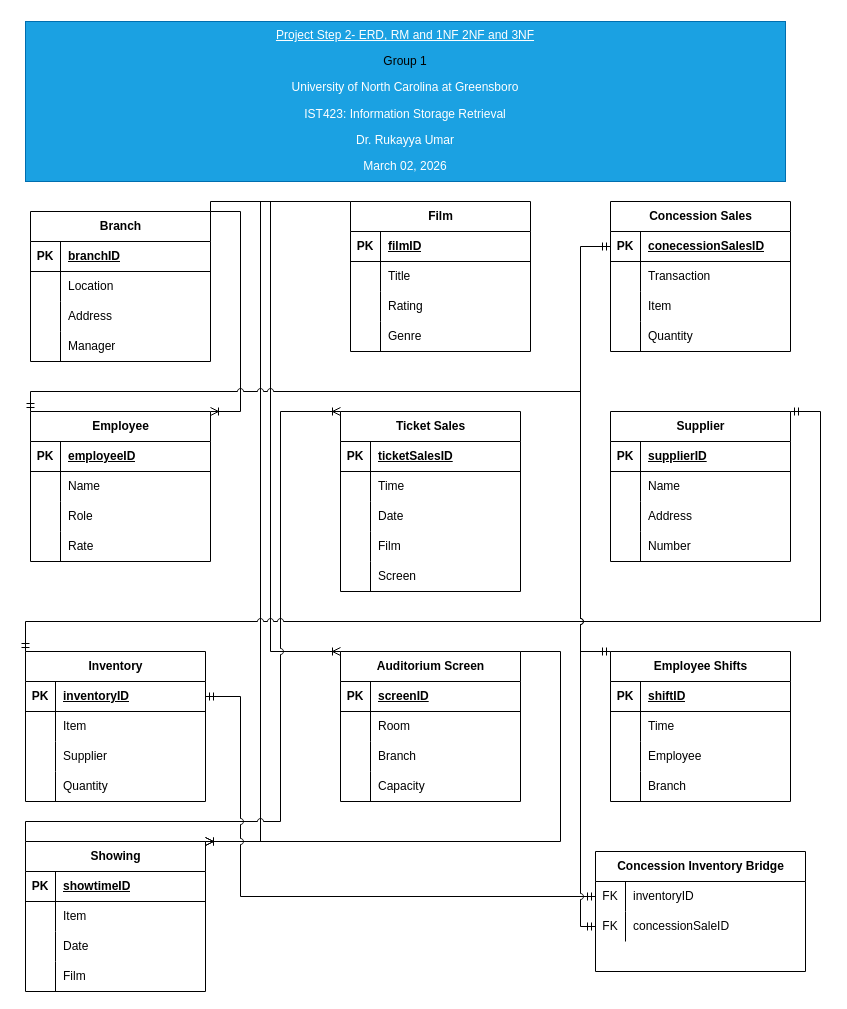
bmontessua/general keeps this draw.io diagram as page "RM" (2 of 2) of Group-Topic-Movie_Theater.drawio. Above is the earlier version. Source tidied: cells renumbered, new cells numbered last; positions are measured from the earlier drawing's top-left corner, leaving out a move shared by most shapes. Both pictures are drawn from the tidied source at 100%, with x=0, y=0 at pixel (25, 21).
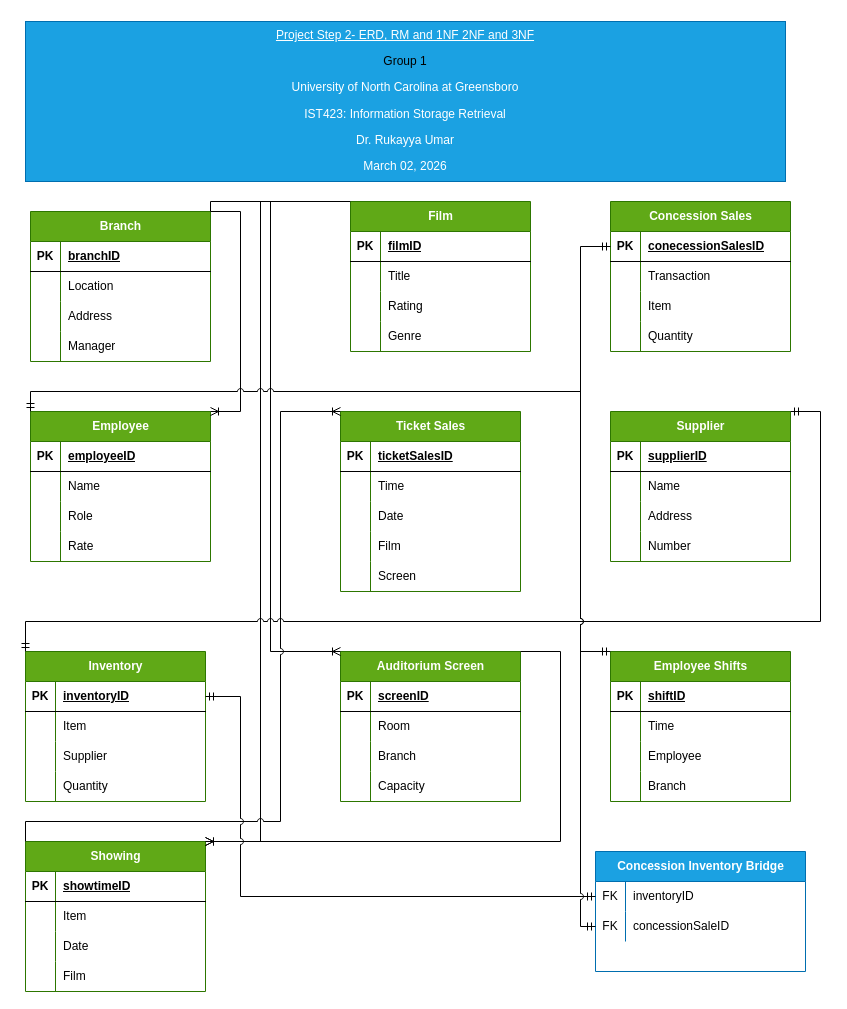
The same page after the edit.

The edit, as a diff of the source:
```diff
@@
-    <mxCell id="2" value="Branch" style="shape=table;startSize=30;childLayout=tableLayout;rowLines=0;fontStyle=1;align=center;html=1;" parent="1" vertex="1">
+    <mxCell id="2" value="Branch" style="shape=table;startSize=30;childLayout=tableLayout;rowLines=0;fontStyle=1;align=center;html=1;fillColor=#60a917;fontColor=#ffffff;strokeColor=#2D7600;" parent="1" vertex="1">
       <mxGeometry x="5" y="190" width="180" height="150" as="geometry" />
     </mxCell>
@@
-    <mxCell id="15" value="Auditorium Screen" style="shape=table;startSize=30;childLayout=tableLayout;rowLines=0;fontStyle=1;align=center;html=1;" parent="1" vertex="1">
+    <mxCell id="15" value="Auditorium Screen" style="shape=table;startSize=30;childLayout=tableLayout;rowLines=0;fontStyle=1;align=center;html=1;fillColor=#60a917;fontColor=#ffffff;strokeColor=#2D7600;" parent="1" vertex="1">
       <mxGeometry x="315" y="630" width="180" height="150" as="geometry" />
     </mxCell>
@@
-    <mxCell id="28" value="Concession Sales" style="shape=table;startSize=30;childLayout=tableLayout;rowLines=0;fontStyle=1;align=center;html=1;" parent="1" vertex="1">
+    <mxCell id="28" value="Concession Sales" style="shape=table;startSize=30;childLayout=tableLayout;rowLines=0;fontStyle=1;align=center;html=1;fillColor=#60a917;fontColor=#ffffff;strokeColor=#2D7600;" parent="1" vertex="1">
       <mxGeometry x="585" y="180" width="180" height="150" as="geometry" />
     </mxCell>
@@
-    <mxCell id="41" value="Ticket Sales" style="shape=table;startSize=30;childLayout=tableLayout;rowLines=0;fontStyle=1;align=center;html=1;" parent="1" vertex="1">
+    <mxCell id="41" value="Ticket Sales" style="shape=table;startSize=30;childLayout=tableLayout;rowLines=0;fontStyle=1;align=center;html=1;fillColor=#60a917;fontColor=#ffffff;strokeColor=#2D7600;" parent="1" vertex="1">
       <mxGeometry x="315" y="390" width="180" height="180" as="geometry" />
     </mxCell>
@@
-    <mxCell id="57" value="Inventory" style="shape=table;startSize=30;childLayout=tableLayout;rowLines=0;fontStyle=1;align=center;html=1;" parent="1" vertex="1">
+    <mxCell id="57" value="Inventory" style="shape=table;startSize=30;childLayout=tableLayout;rowLines=0;fontStyle=1;align=center;html=1;fillColor=#60a917;fontColor=#ffffff;strokeColor=#2D7600;" parent="1" vertex="1">
       <mxGeometry y="630" width="180" height="150" as="geometry" />
     </mxCell>
@@
-    <mxCell id="70" value="Film" style="shape=table;startSize=30;childLayout=tableLayout;rowLines=0;fontStyle=1;align=center;html=1;" parent="1" vertex="1">
+    <mxCell id="70" value="Film" style="shape=table;startSize=30;childLayout=tableLayout;rowLines=0;fontStyle=1;align=center;html=1;fillColor=#60a917;fontColor=#ffffff;strokeColor=#2D7600;" parent="1" vertex="1">
       <mxGeometry x="325" y="180" width="180" height="150" as="geometry" />
     </mxCell>
@@
-    <mxCell id="83" value="Employee" style="shape=table;startSize=30;childLayout=tableLayout;rowLines=0;fontStyle=1;align=center;html=1;" parent="1" vertex="1">
+    <mxCell id="83" value="Employee" style="shape=table;startSize=30;childLayout=tableLayout;rowLines=0;fontStyle=1;align=center;html=1;fillColor=#60a917;fontColor=#ffffff;strokeColor=#2D7600;" parent="1" vertex="1">
       <mxGeometry x="5" y="390" width="180" height="150" as="geometry" />
     </mxCell>
@@
-    <mxCell id="96" value="Supplier" style="shape=table;startSize=30;childLayout=tableLayout;rowLines=0;fontStyle=1;align=center;html=1;" parent="1" vertex="1">
+    <mxCell id="96" value="Supplier" style="shape=table;startSize=30;childLayout=tableLayout;rowLines=0;fontStyle=1;align=center;html=1;fillColor=#60a917;fontColor=#ffffff;strokeColor=#2D7600;" parent="1" vertex="1">
       <mxGeometry x="585" y="390" width="180" height="150" as="geometry" />
     </mxCell>
@@
-    <mxCell id="109" value="Employee Shifts" style="shape=table;startSize=30;childLayout=tableLayout;rowLines=0;fontStyle=1;align=center;html=1;" parent="1" vertex="1">
+    <mxCell id="109" value="Employee Shifts" style="shape=table;startSize=30;childLayout=tableLayout;rowLines=0;fontStyle=1;align=center;html=1;fillColor=#60a917;fontColor=#ffffff;strokeColor=#2D7600;" parent="1" vertex="1">
       <mxGeometry x="585" y="630" width="180" height="150" as="geometry" />
     </mxCell>
@@
-    <mxCell id="125" value="Showing" style="shape=table;startSize=30;childLayout=tableLayout;rowLines=0;fontStyle=1;align=center;html=1;" parent="1" vertex="1">
+    <mxCell id="125" value="Showing" style="shape=table;startSize=30;childLayout=tableLayout;rowLines=0;fontStyle=1;align=center;html=1;fillColor=#60a917;fontColor=#ffffff;strokeColor=#2D7600;" parent="1" vertex="1">
       <mxGeometry y="820" width="180" height="150" as="geometry" />
     </mxCell>
@@
-    <mxCell id="143" value="Concession Inventory Bridge" style="shape=table;startSize=30;childLayout=tableLayout;rowLines=0;fontStyle=1;align=center;html=1;" parent="1" vertex="1">
+    <mxCell id="143" value="Concession Inventory Bridge" style="shape=table;startSize=30;childLayout=tableLayout;rowLines=0;fontStyle=1;align=center;html=1;fillColor=#1ba1e2;fontColor=#ffffff;strokeColor=#006EAF;" parent="1" vertex="1">
       <mxGeometry x="570" y="830" width="210" height="120" as="geometry" />
     </mxCell>
```
